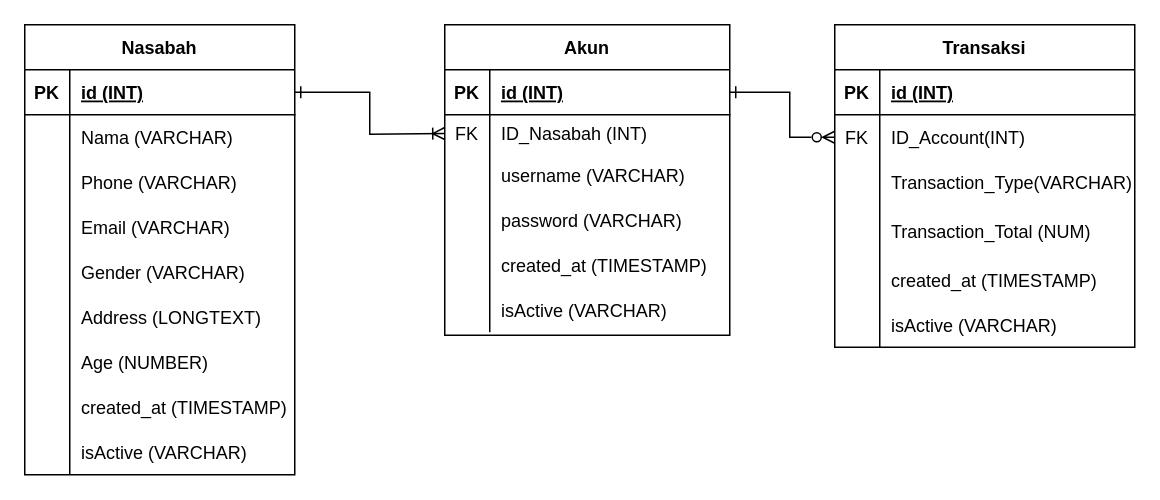
Mamanggans/DB_bankFadhiil keeps this draw.io diagram as ERD for bank.drawio. Above is the earlier version. Source tidied: cells renumbered, new cells numbered last; positions are measured from the earlier drawing's top-left corner, leaving out a move shared by most shapes. Both pictures are drawn from the tidied source at 150%, with x=0, y=0 at pixel (24, 24).
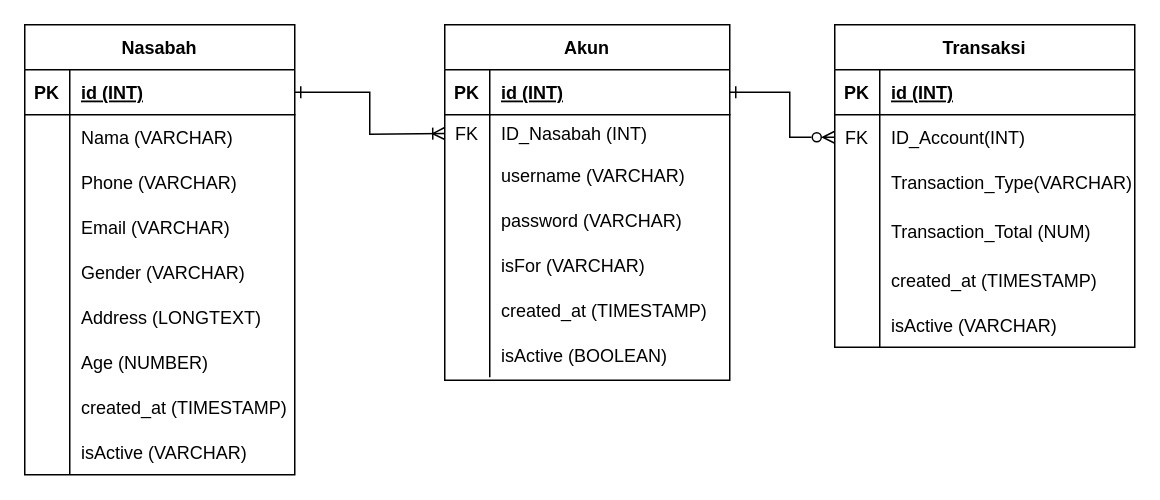
The same diagram, later.

Diff of the diagram source:
```diff
@@
     <mxCell id="49" value="Akun" style="shape=table;startSize=30;childLayout=tableLayout;rowLines=0;fontStyle=1;align=center;" parent="1" vertex="1">
-      <mxGeometry x="280" width="190" height="207" as="geometry" />
+      <mxGeometry x="280" width="190" height="237" as="geometry" />
     </mxCell>
@@
+    <mxCell id="70" style="shape=tableRow;horizontal=0;startSize=0;swimlaneHead=0;swimlaneBody=0;fillColor=none;top=0;left=0;right=0;bottom=0;" parent="49" vertex="1">
+      <mxGeometry y="145" width="190" height="30" as="geometry" />
+    </mxCell>
+    <mxCell id="71" style="shape=partialRectangle;fillColor=none;top=0;left=0;bottom=0;right=0;overflow=hidden;" parent="70" vertex="1">
+      <mxGeometry width="30" height="30" as="geometry" />
+    </mxCell>
+    <mxCell id="72" value="isFor (VARCHAR)" style="shape=partialRectangle;fillColor=none;top=0;left=0;bottom=0;right=0;align=left;spacingLeft=6;overflow=hidden;" parent="70" vertex="1">
+      <mxGeometry x="30" width="160" height="30" as="geometry" />
+    </mxCell>
     <mxCell id="62" style="shape=tableRow;horizontal=0;startSize=0;swimlaneHead=0;swimlaneBody=0;fillColor=none;top=0;left=0;right=0;bottom=0;" parent="49" vertex="1">
-      <mxGeometry y="145" width="190" height="30" as="geometry" />
+      <mxGeometry y="175" width="190" height="30" as="geometry" />
     </mxCell>
@@
     <mxCell id="65" style="shape=tableRow;horizontal=0;startSize=0;swimlaneHead=0;swimlaneBody=0;fillColor=none;top=0;left=0;right=0;bottom=0;" parent="49" vertex="1">
-      <mxGeometry y="175" width="190" height="30" as="geometry" />
+      <mxGeometry y="205" width="190" height="30" as="geometry" />
     </mxCell>
@@
-    <mxCell id="67" value="isActive (VARCHAR)" style="shape=partialRectangle;fillColor=none;top=0;left=0;bottom=0;right=0;align=left;spacingLeft=6;overflow=hidden;" parent="65" vertex="1">
+    <mxCell id="67" value="isActive (BOOLEAN)" style="shape=partialRectangle;fillColor=none;top=0;left=0;bottom=0;right=0;align=left;spacingLeft=6;overflow=hidden;" parent="65" vertex="1">
       <mxGeometry x="30" width="160" height="30" as="geometry" />
     </mxCell>
```
